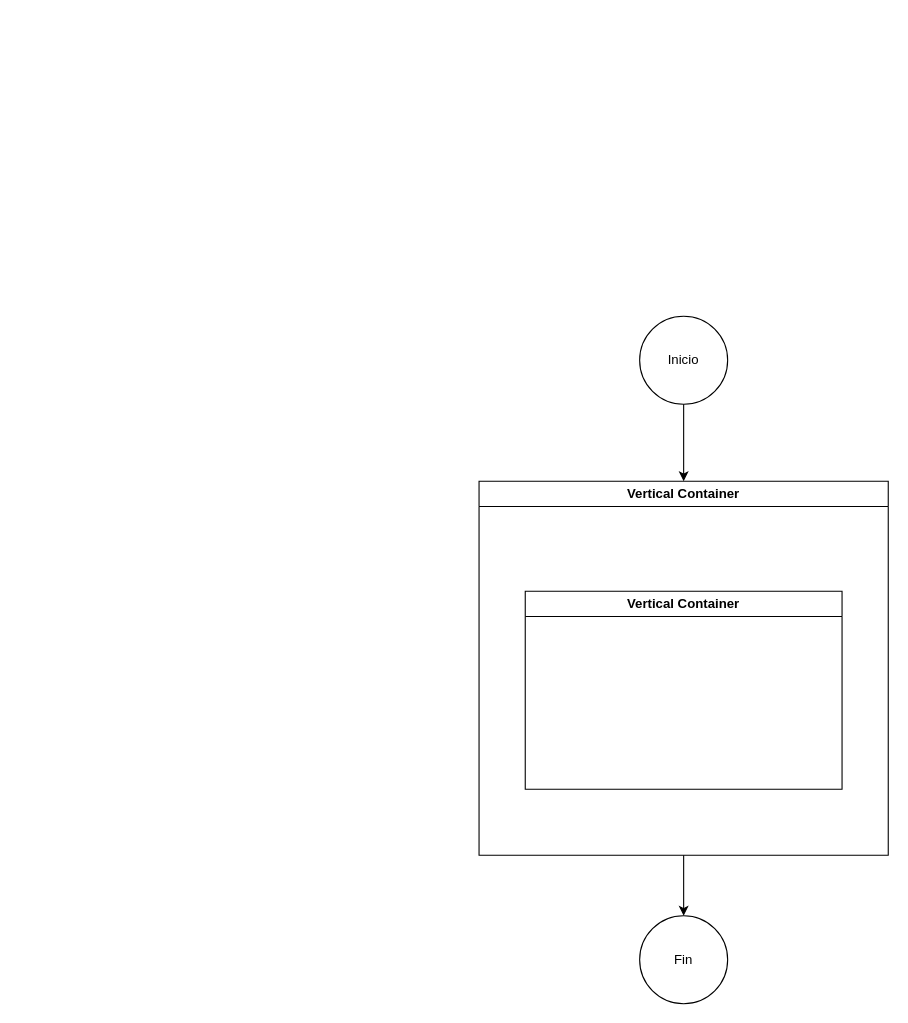
This is Diagrama.drawio from lenase0077/Diagramas, a draw.io file, before an edit. Source tidied: cells renumbered, new cells numbered last; positions are measured from the earlier drawing's top-left corner, leaving out a move shared by most shapes. Both pictures are drawn from the tidied source at 110%, with x=0, y=0 at pixel (479, 316).
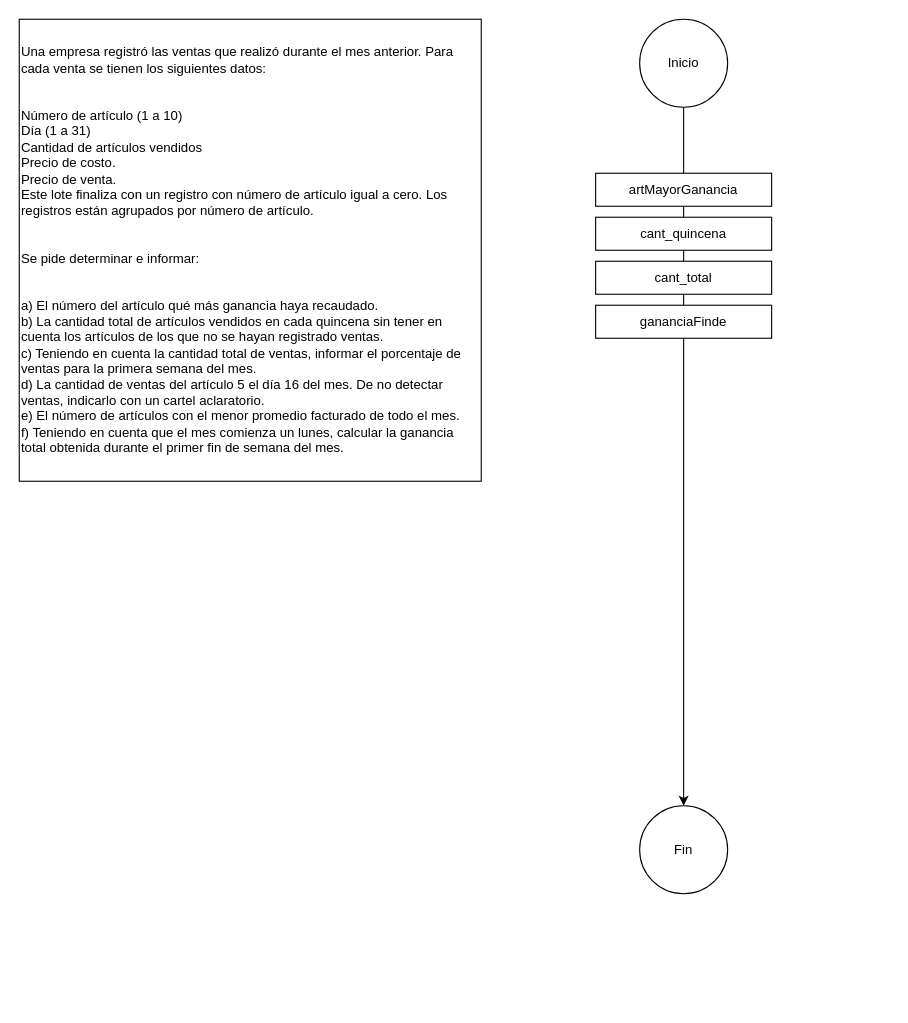
The same diagram, later.

The edit, as a diff of the source:
```diff
@@
 <mxGraphModel>
   <root>
     <mxCell id="0" />
     <mxCell id="1" parent="0" />
     <mxCell id="2" value="Inicio" style="ellipse;whiteSpace=wrap;html=1;" parent="1" vertex="1">
-      <mxGeometry x="146" width="80" height="80" as="geometry" />
+      <mxGeometry x="146" y="-270" width="80" height="80" as="geometry" />
     </mxCell>
     <mxCell id="3" value="Fin" style="ellipse;whiteSpace=wrap;html=1;" parent="1" vertex="1">
-      <mxGeometry x="146" y="545" width="80" height="80" as="geometry" />
+      <mxGeometry x="146" y="445" width="80" height="80" as="geometry" />
     </mxCell>
-    <mxCell id="4" value="Vertical Container" style="swimlane;whiteSpace=wrap;html=1;" parent="1" vertex="1">
-      <mxGeometry y="150" width="372" height="340" as="geometry" />
-    </mxCell>
-    <mxCell id="5" value="Vertical Container" style="swimlane;whiteSpace=wrap;html=1;" parent="4" vertex="1">
-      <mxGeometry x="42" y="100" width="288" height="180" as="geometry" />
-    </mxCell>
-    <mxCell id="6" style="endArrow=classic;html=1;rounded=0;exitX=0.5;exitY=1;exitDx=0;exitDy=0;entryX=0.5;entryY=0;entryDx=0;entryDy=0;" parent="1" edge="1" source="2" target="4">
+    <mxCell id="6" style="endArrow=classic;html=1;rounded=0;exitX=0.5;exitY=1;exitDx=0;exitDy=0;entryX=0.5;entryY=0;entryDx=0;entryDy=0;" parent="1" edge="1" source="2" target="3">
       <mxGeometry relative="1" as="geometry" />
     </mxCell>
-    <mxCell id="7" style="endArrow=classic;html=1;rounded=0;exitX=0.5;exitY=1;exitDx=0;exitDy=0;entryX=0.5;entryY=0;entryDx=0;entryDy=0;" parent="1" edge="1" source="4" target="3">
-      <mxGeometry relative="1" as="geometry" />
-    </mxCell>
+    <mxCell id="8" value="Una empresa registró las ventas que realizó durante el mes anterior. Para cada venta se tienen los siguientes datos:&lt;br&gt;&lt;br&gt;&lt;br&gt;Número de artículo (1 a 10)&amp;nbsp;&lt;br&gt;Día (1 a 31)&lt;br&gt;Cantidad de artículos vendidos&lt;br&gt;Precio de costo.&lt;br&gt;Precio de venta.&amp;nbsp;&lt;br&gt;Este lote finaliza con un registro con número de artículo igual a cero. Los registros están agrupados por número de artículo.&amp;nbsp;&lt;br&gt;&lt;br&gt;&lt;br&gt;Se pide determinar e informar:&amp;nbsp;&lt;br&gt;&lt;br&gt;&lt;br&gt;&lt;div style=&quot;&quot;&gt;&lt;span style=&quot;background-color: transparent; color: light-dark(rgb(0, 0, 0), rgb(255, 255, 255));&quot;&gt;a) El número del artículo qué más ganancia haya recaudado.&lt;/span&gt;&lt;/div&gt;b) La cantidad total de artículos vendidos en cada quincena sin tener en cuenta los artículos de los que no se hayan registrado ventas.&lt;br&gt;c) Teniendo en cuenta la cantidad total de ventas, informar el porcentaje de ventas para la primera semana del mes.&lt;br&gt;d) La cantidad de ventas del artículo 5 el día 16 del mes. De no detectar ventas, indicarlo con un cartel aclaratorio.&lt;br&gt;e) El número de artículos con el menor promedio facturado de todo el mes.&lt;br&gt;f) Teniendo en cuenta que el mes comienza un lunes, calcular la ganancia total obtenida durante el primer fin de semana del mes." style="whiteSpace=wrap;html=1;align=left;" parent="1" vertex="1">
+      <mxGeometry x="-418" y="-270" width="420" height="420" as="geometry" />
+    </mxCell>
+    <mxCell id="9" value="artMayorGanancia" style="rounded=0;whiteSpace=wrap;html=1;" parent="1" vertex="1">
+      <mxGeometry x="106" y="-130" width="160" height="30" as="geometry" />
+    </mxCell>
+    <mxCell id="10" value="cant_quincena" style="rounded=0;whiteSpace=wrap;html=1;" parent="1" vertex="1">
+      <mxGeometry x="106" y="-90" width="160" height="30" as="geometry" />
+    </mxCell>
+    <mxCell id="11" value="cant_total" style="rounded=0;whiteSpace=wrap;html=1;" parent="1" vertex="1">
+      <mxGeometry x="106" y="-50" width="160" height="30" as="geometry" />
+    </mxCell>
+    <mxCell id="12" value="gananciaFinde" style="rounded=0;whiteSpace=wrap;html=1;" parent="1" vertex="1">
+      <mxGeometry x="106" y="-10" width="160" height="30" as="geometry" />
+    </mxCell>
   </root>
 </mxGraphModel>
```
